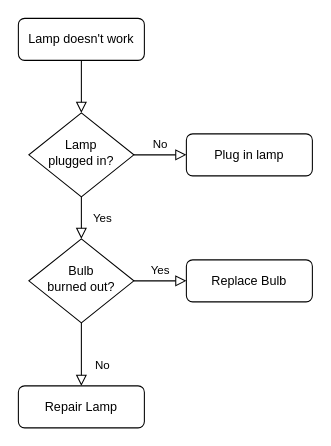
This is Untitled Diagram.drawio from SamuelLang13/JS_HW03, a draw.io file, before an edit. Source tidied: cells renumbered, new cells numbered last; positions are measured from the earlier drawing's top-left corner, leaving out a move shared by most shapes. Both pictures are drawn from the tidied source at 105%, with x=0, y=0 at pixel (18, 18).
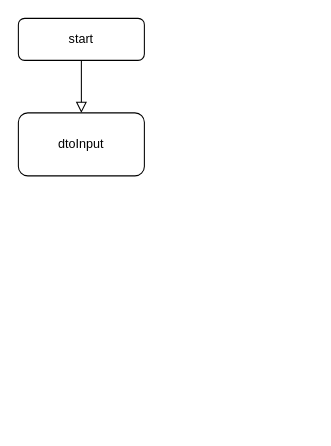
The same diagram, later.

Commit message:
added first sketch of the algorithm

Change to the diagram source:
```diff
@@
 <mxGraphModel>
   <root>
     <mxCell id="0" />
     <mxCell id="1" parent="0" />
-    <mxCell id="2" style="rounded=0;html=1;jettySize=auto;fontSize=11;endArrow=block;endFill=0;endSize=8;strokeWidth=1;shadow=0;labelBackgroundColor=none;edgeStyle=orthogonalEdgeStyle;" parent="1" edge="1" source="3" target="6">
-      <mxGeometry relative="1" as="geometry" />
+    <mxCell id="2" style="rounded=0;html=1;jettySize=auto;fontSize=11;endArrow=block;endFill=0;endSize=8;strokeWidth=1;shadow=0;labelBackgroundColor=none;edgeStyle=orthogonalEdgeStyle;" parent="1" edge="1" source="3">
+      <mxGeometry relative="1" as="geometry">
+        <mxPoint x="60" y="90" as="targetPoint" />
+      </mxGeometry>
     </mxCell>
-    <mxCell id="3" value="Lamp doesn't work" style="rounded=1;whiteSpace=wrap;html=1;fontSize=12;glass=0;strokeWidth=1;shadow=0;" parent="1" vertex="1">
+    <mxCell id="3" value="start" style="rounded=1;whiteSpace=wrap;html=1;fontSize=12;glass=0;strokeWidth=1;shadow=0;" parent="1" vertex="1">
       <mxGeometry width="120" height="40" as="geometry" />
     </mxCell>
-    <mxCell id="4" value="Yes" style="rounded=0;html=1;jettySize=auto;fontSize=11;endArrow=block;endFill=0;endSize=8;strokeWidth=1;shadow=0;labelBackgroundColor=none;edgeStyle=orthogonalEdgeStyle;" parent="1" edge="1" source="6" target="10">
-      <mxGeometry y="20" relative="1" as="geometry" />
-    </mxCell>
-    <mxCell id="5" value="No" style="edgeStyle=orthogonalEdgeStyle;rounded=0;html=1;jettySize=auto;fontSize=11;endArrow=block;endFill=0;endSize=8;strokeWidth=1;shadow=0;labelBackgroundColor=none;" parent="1" edge="1" source="6" target="7">
-      <mxGeometry y="10" relative="1" as="geometry" />
-    </mxCell>
-    <mxCell id="6" value="Lamp&lt;br&gt;plugged in?" style="rhombus;whiteSpace=wrap;html=1;shadow=0;fontFamily=Helvetica;fontSize=12;align=center;strokeWidth=1;spacing=6;spacingTop=-4;" parent="1" vertex="1">
-      <mxGeometry x="10" y="90" width="100" height="80" as="geometry" />
-    </mxCell>
-    <mxCell id="7" value="Plug in lamp" style="rounded=1;whiteSpace=wrap;html=1;fontSize=12;glass=0;strokeWidth=1;shadow=0;" parent="1" vertex="1">
-      <mxGeometry x="160" y="110" width="120" height="40" as="geometry" />
-    </mxCell>
-    <mxCell id="8" value="No" style="rounded=0;html=1;jettySize=auto;fontSize=11;endArrow=block;endFill=0;endSize=8;strokeWidth=1;shadow=0;labelBackgroundColor=none;edgeStyle=orthogonalEdgeStyle;" parent="1" edge="1" source="10" target="11">
-      <mxGeometry x="0.33" y="20" relative="1" as="geometry" />
-    </mxCell>
-    <mxCell id="9" value="Yes" style="edgeStyle=orthogonalEdgeStyle;rounded=0;html=1;jettySize=auto;fontSize=11;endArrow=block;endFill=0;endSize=8;strokeWidth=1;shadow=0;labelBackgroundColor=none;" parent="1" edge="1" source="10" target="12">
-      <mxGeometry y="10" relative="1" as="geometry" />
-    </mxCell>
-    <mxCell id="10" value="Bulb&lt;br&gt;burned out?" style="rhombus;whiteSpace=wrap;html=1;shadow=0;fontFamily=Helvetica;fontSize=12;align=center;strokeWidth=1;spacing=6;spacingTop=-4;" parent="1" vertex="1">
-      <mxGeometry x="10" y="210" width="100" height="80" as="geometry" />
-    </mxCell>
-    <mxCell id="11" value="Repair Lamp" style="rounded=1;whiteSpace=wrap;html=1;fontSize=12;glass=0;strokeWidth=1;shadow=0;" parent="1" vertex="1">
-      <mxGeometry y="350" width="120" height="40" as="geometry" />
-    </mxCell>
-    <mxCell id="12" value="Replace Bulb" style="rounded=1;whiteSpace=wrap;html=1;fontSize=12;glass=0;strokeWidth=1;shadow=0;" parent="1" vertex="1">
-      <mxGeometry x="160" y="230" width="120" height="40" as="geometry" />
-    </mxCell>
+    <mxCell id="13" value="dtoInput" style="rounded=1;whiteSpace=wrap;html=1;" parent="1" vertex="1">
+      <mxGeometry y="90" width="120" height="60" as="geometry" />
+    </mxCell>
   </root>
 </mxGraphModel>
```
